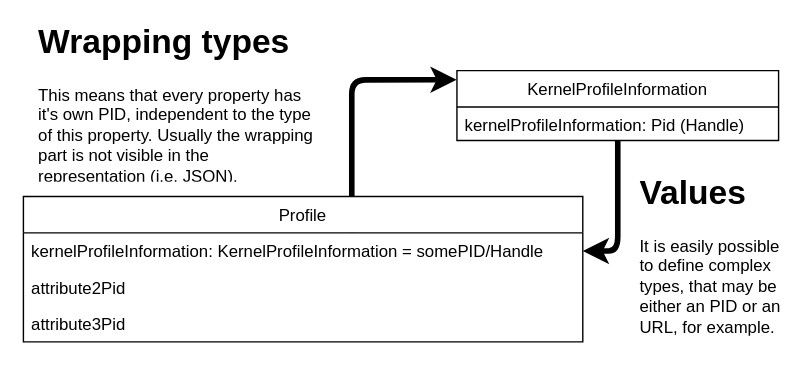
Before: documentation/images/dtr_attributes.drawio.svg, a diagram exported from draw.io (kit-data-manager/testbed4inf). Source tidied: cells renumbered, new cells last; positions are measured from the earlier drawing's top-left corner, leaving out a move shared by most shapes.
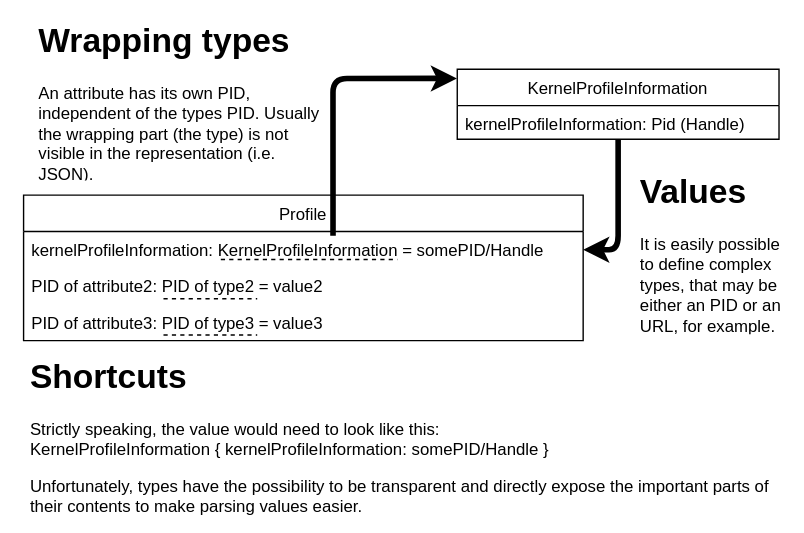
After the commit.

What changed in the source:
```diff
@@ -3,15 +3,12 @@
     <mxCell id="0" />
     <mxCell id="1" parent="0" />
     <mxCell id="2" style="rounded=0;whiteSpace=wrap;html=1;strokeColor=none;" parent="1" vertex="1">
-      <mxGeometry width="570" height="250" as="geometry" />
+      <mxGeometry width="570" height="370" as="geometry" />
     </mxCell>
-    <mxCell id="3" style="edgeStyle=orthogonalEdgeStyle;jettySize=auto;html=1;entryX=-0.001;entryY=0.131;entryDx=0;entryDy=0;entryPerimeter=0;exitX=0.587;exitY=-0.013;exitDx=0;exitDy=0;exitPerimeter=0;rounded=1;strokeWidth=4;jumpStyle=gap;fontColor=#0F0F0F;" parent="1" edge="1" source="8" target="11">
-      <mxGeometry relative="1" as="geometry" />
-    </mxCell>
     <mxCell id="4" style="edgeStyle=orthogonalEdgeStyle;rounded=1;jettySize=auto;html=1;strokeWidth=4;jumpStyle=gap;fontColor=#0F0F0F;" parent="1" edge="1" source="11" target="8">
       <mxGeometry relative="1" as="geometry" />
     </mxCell>
-    <mxCell id="5" value="&lt;h1&gt;Wrapping types&lt;/h1&gt;&lt;div&gt;This means that every property has it's own PID, independent to the type of this property. Usually the wrapping part is not visible in the representation (i.e. JSON).&lt;/div&gt;" style="text;html=1;spacing=5;spacingTop=-20;whiteSpace=wrap;overflow=hidden;rounded=0;" parent="1" vertex="1">
+    <mxCell id="5" value="&lt;h1&gt;Wrapping types&lt;/h1&gt;&lt;div&gt;An attribute has its own PID, independent of the types PID. Usually the wrapping part (the type) is not visible in the representation (i.e. JSON).&lt;/div&gt;" style="text;html=1;spacing=5;spacingTop=-20;whiteSpace=wrap;overflow=hidden;rounded=0;" parent="1" vertex="1">
       <mxGeometry x="22" width="210" height="120" as="geometry" />
     </mxCell>
     <mxCell id="6" value="&lt;h1&gt;Values&lt;/h1&gt;&lt;div&gt;It is easily possible to define complex types, that may be either an PID or an URL, for example.&lt;/div&gt;" style="text;html=1;spacing=5;spacingTop=-20;whiteSpace=wrap;overflow=hidden;rounded=0;" parent="1" vertex="1">
@@ -23,17 +20,45 @@
     <mxCell id="8" value="kernelProfileInformation: KernelProfileInformation = somePID/Handle" style="text;align=left;verticalAlign=top;spacingLeft=4;spacingRight=4;overflow=hidden;points=[[0,0.5],[1,0.5]];portConstraint=eastwest;" parent="7" vertex="1">
       <mxGeometry y="26" width="400" height="26" as="geometry" />
     </mxCell>
-    <mxCell id="9" value="attribute2Pid" style="text;align=left;verticalAlign=top;spacingLeft=4;spacingRight=4;overflow=hidden;" parent="7" vertex="1">
+    <mxCell id="9" value="PID of attribute2: PID of type2 = value2" style="text;align=left;verticalAlign=top;spacingLeft=4;spacingRight=4;overflow=hidden;" parent="7" vertex="1">
       <mxGeometry y="52" width="400" height="26" as="geometry" />
     </mxCell>
-    <mxCell id="10" value="attribute3Pid" style="text;align=left;verticalAlign=top;spacingLeft=4;spacingRight=4;overflow=hidden;" parent="7" vertex="1">
+    <mxCell id="10" value="PID of attribute3: PID of type3 = value3" style="text;align=left;verticalAlign=top;spacingLeft=4;spacingRight=4;overflow=hidden;" parent="7" vertex="1">
       <mxGeometry y="78" width="400" height="26" as="geometry" />
     </mxCell>
+    <mxCell id="13" style="endArrow=none;html=1;dashed=1;entryX=0.668;entryY=0.154;entryDx=0;entryDy=0;entryPerimeter=0;" parent="7" edge="1">
+      <mxGeometry relative="1" as="geometry">
+        <mxPoint x="141" y="46" as="sourcePoint" />
+        <mxPoint x="267.2" y="46" as="targetPoint" />
+      </mxGeometry>
+    </mxCell>
+    <mxCell id="14" style="endArrow=none;html=1;dashed=1;" parent="7" edge="1">
+      <mxGeometry relative="1" as="geometry">
+        <mxPoint x="100" y="74" as="sourcePoint" />
+        <mxPoint x="167" y="74" as="targetPoint" />
+      </mxGeometry>
+    </mxCell>
+    <mxCell id="15" style="endArrow=none;html=1;dashed=1;" parent="7" edge="1">
+      <mxGeometry relative="1" as="geometry">
+        <mxPoint x="100" y="100" as="sourcePoint" />
+        <mxPoint x="167" y="100" as="targetPoint" />
+      </mxGeometry>
+    </mxCell>
     <mxCell id="11" value="KernelProfileInformation" style="swimlane;fontStyle=0;horizontal=1;startSize=26;" parent="1" vertex="1">
       <mxGeometry x="326" y="40" width="230" height="50" as="geometry" />
     </mxCell>
     <mxCell id="12" value="kernelProfileInformation: Pid (Handle)" style="text;align=left;verticalAlign=top;spacingLeft=4;spacingRight=4;overflow=hidden;" parent="11" vertex="1">
       <mxGeometry y="26" width="230" height="24" as="geometry" />
     </mxCell>
+    <mxCell id="3" style="edgeStyle=orthogonalEdgeStyle;jettySize=auto;html=1;entryX=-0.001;entryY=0.131;entryDx=0;entryDy=0;entryPerimeter=0;exitX=0.553;exitY=0.115;exitDx=0;exitDy=0;exitPerimeter=0;rounded=1;strokeWidth=4;jumpStyle=gap;fontColor=#0F0F0F;" parent="1" edge="1" source="8" target="11">
+      <mxGeometry relative="1" as="geometry">
+        <Array as="points">
+          <mxPoint x="237" y="46" />
+        </Array>
+      </mxGeometry>
+    </mxCell>
+    <mxCell id="16" value="&lt;h1&gt;Shortcuts&lt;/h1&gt;&lt;p&gt;Strictly speaking, the value would need to look like this:&lt;br&gt;&lt;span style=&quot;font-family: &amp;#34;helvetica&amp;#34;&quot;&gt;KernelProfileInformation { kernelProfileInformation: somePID/Handle }&lt;/span&gt;&lt;br&gt;&lt;/p&gt;&lt;p&gt;&lt;span style=&quot;font-family: &amp;#34;helvetica&amp;#34;&quot;&gt;Unfortunately, types have the possibility to be transparent and directly expose the important parts of their contents to make parsing values easier.&lt;/span&gt;&lt;/p&gt;" style="text;html=1;strokeColor=none;spacing=5;spacingTop=-20;whiteSpace=wrap;overflow=hidden;rounded=0;" parent="1" vertex="1">
+      <mxGeometry x="16" y="240" width="544" height="120" as="geometry" />
+    </mxCell>
   </root>
 </mxGraphModel>
```
